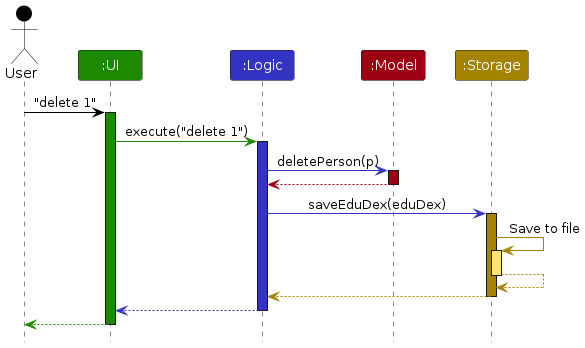
Earlier version of the PlantUML export diagrams/ArchitectureSequenceDiagram.png (Juggernaut102/tp). Its source is kept beside it as diagrams/ArchitectureSequenceDiagram.puml. Source of this version:
```plantuml
@startuml
!include style.puml
skinparam ArrowFontStyle plain

Actor User as user USER_COLOR
Participant ":UI" as ui UI_COLOR
Participant ":Logic" as logic LOGIC_COLOR
Participant ":Model" as model MODEL_COLOR
Participant ":Storage" as storage STORAGE_COLOR

user -[USER_COLOR]> ui : "delete 1"
activate ui UI_COLOR

ui -[UI_COLOR]> logic : execute("delete 1")
activate logic LOGIC_COLOR

logic -[LOGIC_COLOR]> model : deletePerson(p)
activate model MODEL_COLOR

model -[MODEL_COLOR]-> logic
deactivate model

logic -[LOGIC_COLOR]> storage : saveEduDex(eduDex)
activate storage STORAGE_COLOR

storage -[STORAGE_COLOR]> storage : Save to file
activate storage STORAGE_COLOR_T1
storage --[STORAGE_COLOR]> storage
deactivate storage

storage --[STORAGE_COLOR]> logic
deactivate storage

logic --[LOGIC_COLOR]> ui
deactivate logic

ui--[UI_COLOR]> user
deactivate ui
@enduml
```
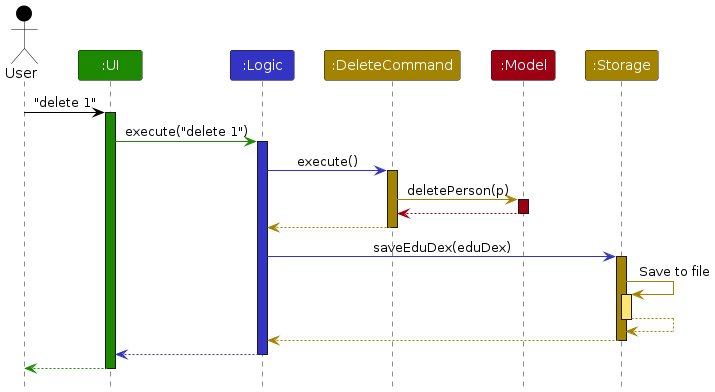
Above is the later version.

What changed in the source:
```diff
@@ -5,6 +5,7 @@
 Actor User as user USER_COLOR
 Participant ":UI" as ui UI_COLOR
 Participant ":Logic" as logic LOGIC_COLOR
+Participant ":DeleteCommand" as deleteCommand COMMAND_COLOR
 Participant ":Model" as model MODEL_COLOR
 Participant ":Storage" as storage STORAGE_COLOR
 
@@ -14,11 +15,17 @@
 ui -[UI_COLOR]> logic : execute("delete 1")
 activate logic LOGIC_COLOR
 
-logic -[LOGIC_COLOR]> model : deletePerson(p)
+logic -[LOGIC_COLOR]> deleteCommand : execute()
+activate deleteCommand COMMAND_COLOR
+
+deleteCommand -[COMMAND_COLOR]> model : deletePerson(p)
 activate model MODEL_COLOR
 
-model -[MODEL_COLOR]-> logic
+model -[MODEL_COLOR]-> deleteCommand
 deactivate model
+
+deleteCommand --[COMMAND_COLOR]> logic
+deactivate deleteCommand
 
 logic -[LOGIC_COLOR]> storage : saveEduDex(eduDex)
 activate storage STORAGE_COLOR
@@ -34,6 +41,6 @@
 logic --[LOGIC_COLOR]> ui
 deactivate logic
 
-ui--[UI_COLOR]> user
+ui --[UI_COLOR]> user
 deactivate ui
 @enduml
```
